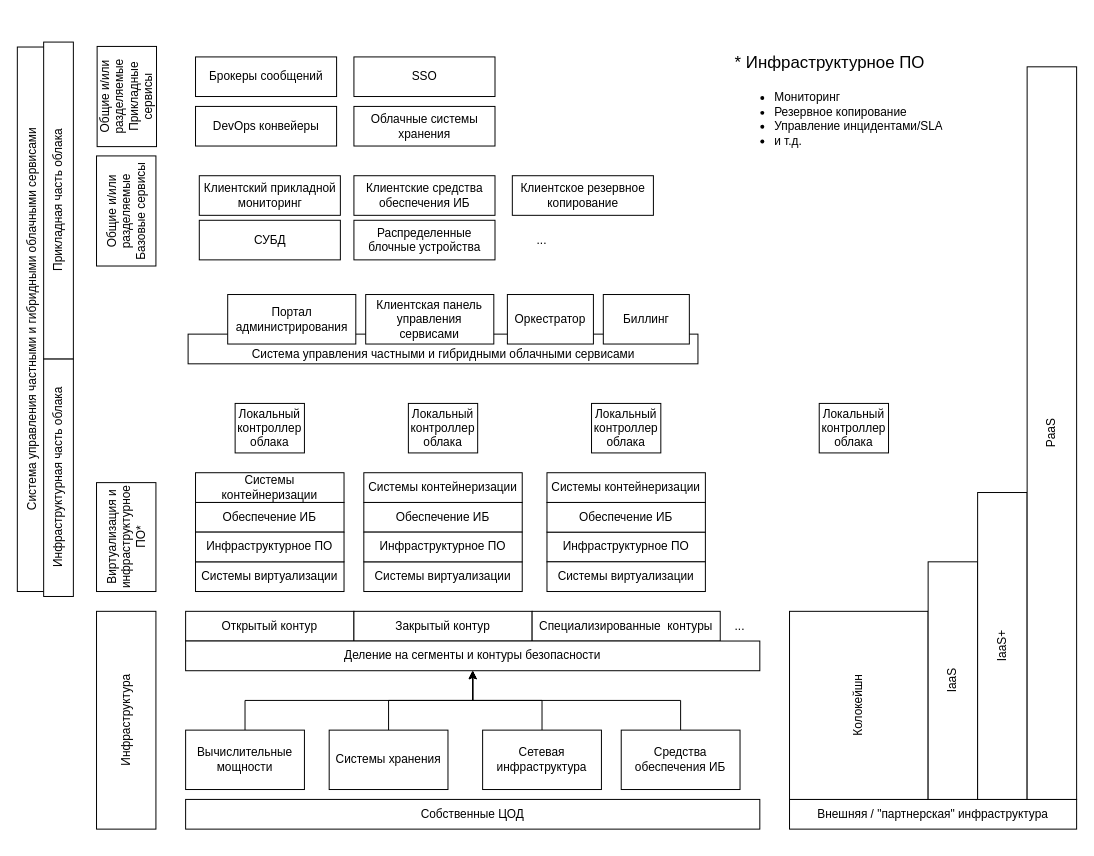
This is Untitled Diagram.drawio from madbox/c-unit, a draw.io file, before an edit. Source tidied: cells renumbered, new cells numbered last; positions are measured from the earlier drawing's top-left corner, leaving out a move shared by most shapes. Both pictures are drawn from the tidied source at 99%, with x=0, y=0 at pixel (-241, 47).
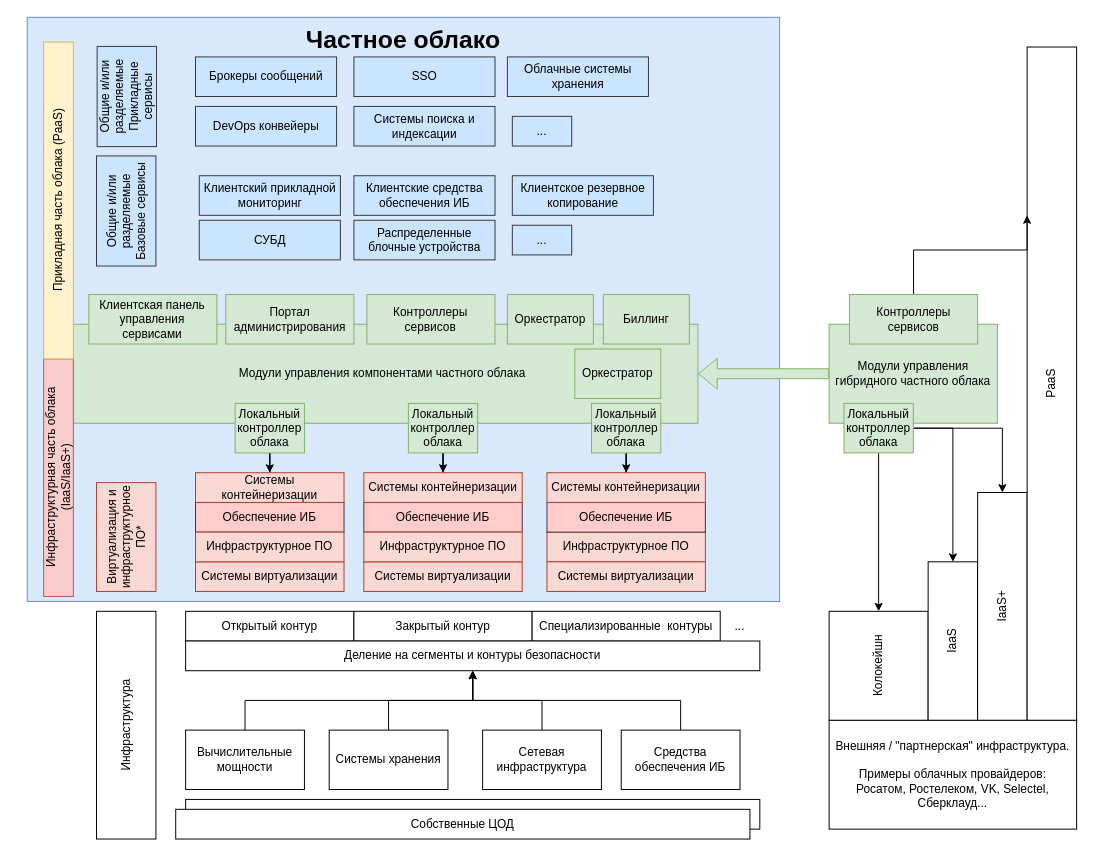
After the change.

Diff of the diagram source:
```diff
@@
+    <mxCell id="60" value="Модули управления гибридного частного облака" style="rounded=0;whiteSpace=wrap;html=1;verticalAlign=middle;fillColor=#d5e8d4;strokeColor=#82b366;" parent="1" vertex="1">
+      <mxGeometry x="1080" y="280" width="170" height="100" as="geometry" />
+    </mxCell>
-    <mxCell id="2" value="Система управления частными и гибридными облачными сервисами" style="rounded=0;whiteSpace=wrap;html=1;rotation=-90;verticalAlign=middle;" parent="1" vertex="1">
-      <mxGeometry y="260" width="550" height="30" as="geometry" />
+    <mxCell id="2" value="&lt;div style=&quot;font-size: 25px;&quot;&gt;Частное облако&lt;/div&gt;" style="rounded=0;whiteSpace=wrap;html=1;rotation=0;verticalAlign=top;horizontal=1;fillColor=#dae8fc;strokeColor=#6c8ebf;fontSize=25;fontStyle=1;" parent="1" vertex="1">
+      <mxGeometry x="270" y="-30" width="760" height="590" as="geometry" />
     </mxCell>
+    <mxCell id="61" style="rounded=0;whiteSpace=wrap;html=1;" parent="1" vertex="1">
+      <mxGeometry x="430" y="760" width="580" height="30" as="geometry" />
+    </mxCell>
@@
-    <mxCell id="6" value="Система управления частными и гибридными облачными сервисами" style="rounded=0;whiteSpace=wrap;html=1;verticalAlign=bottom;" parent="1" vertex="1">
-      <mxGeometry x="432.5" y="290" width="515" height="30" as="geometry" />
+    <mxCell id="6" value="Модули управления компонентами частного облака" style="rounded=0;whiteSpace=wrap;html=1;verticalAlign=middle;fillColor=#d5e8d4;strokeColor=#82b366;" parent="1" vertex="1">
+      <mxGeometry x="310" y="280" width="637.5" height="100" as="geometry" />
     </mxCell>
+    <mxCell id="62" style="edgeStyle=orthogonalEdgeStyle;rounded=0;jettySize=auto;html=1;" parent="1" edge="1" source="7" target="46">
+      <mxGeometry relative="1" as="geometry" />
+    </mxCell>
-    <mxCell id="7" value="Локальный контроллер облака" style="rounded=0;whiteSpace=wrap;html=1;" parent="1" vertex="1">
+    <mxCell id="7" value="Локальный контроллер облака" style="rounded=0;whiteSpace=wrap;html=1;fillColor=#d5e8d4;strokeColor=#82b366;" parent="1" vertex="1">
       <mxGeometry x="655" y="360" width="70" height="50" as="geometry" />
     </mxCell>
@@
-    <mxCell id="15" value="Системы виртуализации" style="rounded=0;whiteSpace=wrap;html=1;" parent="1" vertex="1">
+    <mxCell id="15" value="Системы виртуализации" style="rounded=0;whiteSpace=wrap;html=1;fillColor=#fad9d5;strokeColor=#ae4132;" parent="1" vertex="1">
       <mxGeometry x="440" y="520" width="150" height="30" as="geometry" />
     </mxCell>
-    <mxCell id="16" value="Обеспечение ИБ" style="rounded=0;whiteSpace=wrap;html=1;" parent="1" vertex="1">
+    <mxCell id="16" value="Обеспечение ИБ" style="rounded=0;whiteSpace=wrap;html=1;fillColor=#ffcccc;strokeColor=#36393d;" parent="1" vertex="1">
       <mxGeometry x="440" y="460" width="150" height="30" as="geometry" />
     </mxCell>
-    <mxCell id="17" value="Инфраструктурное ПО" style="rounded=0;whiteSpace=wrap;html=1;" parent="1" vertex="1">
+    <mxCell id="17" value="Инфраструктурное ПО" style="rounded=0;whiteSpace=wrap;html=1;fillColor=#fad9d5;strokeColor=#ae4132;" parent="1" vertex="1">
       <mxGeometry x="795" y="490" width="160" height="30" as="geometry" />
     </mxCell>
-    <mxCell id="18" value="Системы виртуализации" style="rounded=0;whiteSpace=wrap;html=1;" parent="1" vertex="1">
+    <mxCell id="18" value="Системы виртуализации" style="rounded=0;whiteSpace=wrap;html=1;fillColor=#fad9d5;strokeColor=#ae4132;" parent="1" vertex="1">
       <mxGeometry x="610" y="520" width="160" height="30" as="geometry" />
     </mxCell>
-    <mxCell id="19" value="Обеспечение ИБ" style="rounded=0;whiteSpace=wrap;html=1;" parent="1" vertex="1">
+    <mxCell id="19" value="Обеспечение ИБ" style="rounded=0;whiteSpace=wrap;html=1;fillColor=#ffcccc;strokeColor=#36393d;" parent="1" vertex="1">
       <mxGeometry x="610" y="460" width="160" height="30" as="geometry" />
     </mxCell>
-    <mxCell id="20" value="Системы виртуализации" style="rounded=0;whiteSpace=wrap;html=1;" parent="1" vertex="1">
+    <mxCell id="20" value="Системы виртуализации" style="rounded=0;whiteSpace=wrap;html=1;fillColor=#fad9d5;strokeColor=#ae4132;" parent="1" vertex="1">
       <mxGeometry x="795" y="520" width="160" height="30" as="geometry" />
     </mxCell>
-    <mxCell id="21" value="Обеспечение ИБ" style="rounded=0;whiteSpace=wrap;html=1;" parent="1" vertex="1">
+    <mxCell id="21" value="Обеспечение ИБ" style="rounded=0;whiteSpace=wrap;html=1;fillColor=#ffcccc;strokeColor=#36393d;" parent="1" vertex="1">
       <mxGeometry x="795" y="460" width="160" height="30" as="geometry" />
     </mxCell>
-    <mxCell id="22" value="Инфраструктурное ПО" style="rounded=0;whiteSpace=wrap;html=1;" parent="1" vertex="1">
+    <mxCell id="22" value="Инфраструктурное ПО" style="rounded=0;whiteSpace=wrap;html=1;fillColor=#fad9d5;strokeColor=#ae4132;" parent="1" vertex="1">
       <mxGeometry x="440" y="490" width="150" height="30" as="geometry" />
     </mxCell>
     <mxCell id="23" value="Инфраструктура" style="rounded=0;whiteSpace=wrap;html=1;rotation=-90;" parent="1" vertex="1">
-      <mxGeometry x="260" y="650" width="220" height="60" as="geometry" />
+      <mxGeometry x="255" y="655" width="230" height="60" as="geometry" />
     </mxCell>
-    <mxCell id="24" value="Виртуализация и инфраструктурное ПО*" style="rounded=0;whiteSpace=wrap;html=1;rotation=-90;" parent="1" vertex="1">
+    <mxCell id="24" value="Виртуализация и инфраструктурное ПО*" style="rounded=0;whiteSpace=wrap;html=1;rotation=-90;fillColor=#fad9d5;strokeColor=#ae4132;" parent="1" vertex="1">
       <mxGeometry x="315" y="465" width="110" height="60" as="geometry" />
     </mxCell>
-    <mxCell id="25" value="Инфраструктурное ПО" style="rounded=0;whiteSpace=wrap;html=1;" parent="1" vertex="1">
+    <mxCell id="25" value="Инфраструктурное ПО" style="rounded=0;whiteSpace=wrap;html=1;fillColor=#fad9d5;strokeColor=#ae4132;" parent="1" vertex="1">
       <mxGeometry x="610" y="490" width="160" height="30" as="geometry" />
     </mxCell>
-    <mxCell id="26" value="&lt;p style=&quot;font-size: 17px; line-height: 120%;&quot;&gt;&lt;span style=&quot;font-weight: normal;&quot;&gt;* Инфраструктурное ПО&lt;/span&gt;&lt;br&gt;&lt;/p&gt;&lt;ul style=&quot;line-height: 120%;&quot;&gt;&lt;li&gt;Мониторинг&lt;/li&gt;&lt;li&gt;Резервное копирование&lt;/li&gt;&lt;li&gt;Управление инцидентами/SLA&lt;/li&gt;&lt;li&gt;и т.д.&lt;/li&gt;&lt;/ul&gt;" style="text;html=1;strokeColor=none;fillColor=none;spacing=5;spacingTop=-20;whiteSpace=wrap;overflow=hidden;rounded=0;" parent="1" vertex="1">
-      <mxGeometry x="980" width="320" height="120" as="geometry" />
-    </mxCell>
+    <mxCell id="63" style="edgeStyle=orthogonalEdgeStyle;rounded=0;jettySize=auto;html=1;" parent="1" edge="1" source="27" target="45">
+      <mxGeometry relative="1" as="geometry" />
+    </mxCell>
-    <mxCell id="27" value="Локальный контроллер облака" style="rounded=0;whiteSpace=wrap;html=1;" parent="1" vertex="1">
+    <mxCell id="27" value="Локальный контроллер облака" style="rounded=0;whiteSpace=wrap;html=1;fillColor=#d5e8d4;strokeColor=#82b366;" parent="1" vertex="1">
       <mxGeometry x="480" y="360" width="70" height="50" as="geometry" />
     </mxCell>
+    <mxCell id="64" style="edgeStyle=orthogonalEdgeStyle;rounded=0;jettySize=auto;html=1;" parent="1" edge="1" source="28" target="47">
+      <mxGeometry relative="1" as="geometry" />
+    </mxCell>
-    <mxCell id="28" value="Локальный контроллер облака" style="rounded=0;whiteSpace=wrap;html=1;" parent="1" vertex="1">
+    <mxCell id="28" value="Локальный контроллер облака" style="rounded=0;whiteSpace=wrap;html=1;fillColor=#d5e8d4;strokeColor=#82b366;" parent="1" vertex="1">
       <mxGeometry x="840" y="360" width="70" height="50" as="geometry" />
     </mxCell>
@@
     <mxCell id="30" value="Собственные ЦОД" style="rounded=0;whiteSpace=wrap;html=1;" parent="1" vertex="1">
-      <mxGeometry x="430" y="760" width="580" height="30" as="geometry" />
+      <mxGeometry x="420" y="770" width="580" height="30" as="geometry" />
     </mxCell>
-    <mxCell id="31" value="Внешняя / &quot;партнерская&quot; инфраструктура" style="rounded=0;whiteSpace=wrap;html=1;" parent="1" vertex="1">
-      <mxGeometry x="1040" y="760" width="290" height="30" as="geometry" />
+    <mxCell id="31" value="&lt;div&gt;Внешняя / &quot;партнерская&quot; инфраструктура.&lt;/div&gt;&lt;br&gt;Примеры облачных провайдеров:&lt;br&gt;Росатом, Ростелеком, VK, Selectel, Сберклауд..." style="rounded=0;whiteSpace=wrap;html=1;" parent="1" vertex="1">
+      <mxGeometry x="1080" y="680" width="250" height="110" as="geometry" />
     </mxCell>
     <mxCell id="32" value="Колокейшн" style="rounded=0;whiteSpace=wrap;html=1;horizontal=0;" parent="1" vertex="1">
-      <mxGeometry x="1040" y="570" width="140" height="190" as="geometry" />
+      <mxGeometry x="1080" y="570" width="100" height="110" as="geometry" />
     </mxCell>
     <mxCell id="33" value="IaaS" style="rounded=0;whiteSpace=wrap;html=1;horizontal=0;" parent="1" vertex="1">
-      <mxGeometry x="1180" y="520" width="50" height="240" as="geometry" />
+      <mxGeometry x="1180" y="520" width="50" height="160" as="geometry" />
     </mxCell>
     <mxCell id="34" value="IaaS+" style="rounded=0;whiteSpace=wrap;html=1;horizontal=0;" parent="1" vertex="1">
-      <mxGeometry x="1230" y="450" width="50" height="310" as="geometry" />
+      <mxGeometry x="1230" y="450" width="50" height="230" as="geometry" />
     </mxCell>
     <mxCell id="35" value="PaaS" style="rounded=0;whiteSpace=wrap;html=1;horizontal=0;" parent="1" vertex="1">
-      <mxGeometry x="1280" y="20" width="50" height="740" as="geometry" />
+      <mxGeometry x="1280" width="50" height="680" as="geometry" />
     </mxCell>
-    <mxCell id="36" value="Общие и/или разделяемые&lt;br&gt; Базовые сервисы" style="rounded=0;whiteSpace=wrap;html=1;rotation=-90;" parent="1" vertex="1">
+    <mxCell id="36" value="Общие и/или разделяемые&lt;br&gt; Базовые сервисы" style="rounded=0;whiteSpace=wrap;html=1;rotation=-90;fillColor=#cce5ff;strokeColor=#36393d;" parent="1" vertex="1">
       <mxGeometry x="314.4" y="135.6" width="111.2" height="60" as="geometry" />
     </mxCell>
-    <mxCell id="37" value="СУБД" style="rounded=0;whiteSpace=wrap;html=1;rotation=0;" parent="1" vertex="1">
+    <mxCell id="37" value="СУБД" style="rounded=0;whiteSpace=wrap;html=1;rotation=0;fillColor=#cce5ff;strokeColor=#36393d;" parent="1" vertex="1">
       <mxGeometry x="443.8" y="175" width="142.5" height="40" as="geometry" />
     </mxCell>
-    <mxCell id="38" value="Облачные системы хранения" style="rounded=0;whiteSpace=wrap;html=1;rotation=0;" parent="1" vertex="1">
-      <mxGeometry x="600" y="60" width="142.5" height="40" as="geometry" />
+    <mxCell id="38" value="Облачные системы хранения" style="rounded=0;whiteSpace=wrap;html=1;rotation=0;fillColor=#cce5ff;strokeColor=#36393d;" parent="1" vertex="1">
+      <mxGeometry x="755" y="10" width="142.5" height="40" as="geometry" />
     </mxCell>
-    <mxCell id="39" value="Распределенные блочные устройства" style="rounded=0;whiteSpace=wrap;html=1;rotation=0;" parent="1" vertex="1">
+    <mxCell id="39" value="Распределенные блочные устройства" style="rounded=0;whiteSpace=wrap;html=1;rotation=0;fillColor=#cce5ff;strokeColor=#36393d;" parent="1" vertex="1">
       <mxGeometry x="600" y="175" width="142.5" height="40" as="geometry" />
     </mxCell>
-    <mxCell id="40" value="Клиентский прикладной мониторинг" style="rounded=0;whiteSpace=wrap;html=1;rotation=0;" parent="1" vertex="1">
+    <mxCell id="40" value="Клиентский прикладной мониторинг" style="rounded=0;whiteSpace=wrap;html=1;rotation=0;fillColor=#cce5ff;strokeColor=#36393d;" parent="1" vertex="1">
       <mxGeometry x="443.8" y="130" width="142.5" height="40" as="geometry" />
     </mxCell>
-    <mxCell id="41" value="DevOps конвейеры" style="rounded=0;whiteSpace=wrap;html=1;rotation=0;" parent="1" vertex="1">
+    <mxCell id="41" value="DevOps конвейеры" style="rounded=0;whiteSpace=wrap;html=1;rotation=0;fillColor=#cce5ff;strokeColor=#36393d;" parent="1" vertex="1">
       <mxGeometry x="440" y="60" width="142.5" height="40" as="geometry" />
     </mxCell>
-    <mxCell id="42" value="Клиентские средства обеспечения ИБ" style="rounded=0;whiteSpace=wrap;html=1;rotation=0;" parent="1" vertex="1">
+    <mxCell id="42" value="Клиентские средства обеспечения ИБ" style="rounded=0;whiteSpace=wrap;html=1;rotation=0;fillColor=#cce5ff;strokeColor=#36393d;" parent="1" vertex="1">
       <mxGeometry x="600" y="130" width="142.5" height="40" as="geometry" />
     </mxCell>
@@
-    <mxCell id="45" value="Системы контейнеризации" style="rounded=0;whiteSpace=wrap;html=1;" parent="1" vertex="1">
+    <mxCell id="45" value="Системы контейнеризации" style="rounded=0;whiteSpace=wrap;html=1;fillColor=#fad9d5;strokeColor=#ae4132;" parent="1" vertex="1">
       <mxGeometry x="440" y="430" width="150" height="30" as="geometry" />
     </mxCell>
-    <mxCell id="46" value="Системы контейнеризации" style="rounded=0;whiteSpace=wrap;html=1;" parent="1" vertex="1">
+    <mxCell id="46" value="Системы контейнеризации" style="rounded=0;whiteSpace=wrap;html=1;fillColor=#fad9d5;strokeColor=#ae4132;" parent="1" vertex="1">
       <mxGeometry x="610" y="430" width="160" height="30" as="geometry" />
     </mxCell>
-    <mxCell id="47" value="Системы контейнеризации" style="rounded=0;whiteSpace=wrap;html=1;" parent="1" vertex="1">
+    <mxCell id="47" value="Системы контейнеризации" style="rounded=0;whiteSpace=wrap;html=1;fillColor=#fad9d5;strokeColor=#ae4132;" parent="1" vertex="1">
       <mxGeometry x="795" y="430" width="160" height="30" as="geometry" />
     </mxCell>
-    <mxCell id="48" value="Брокеры сообщений" style="rounded=0;whiteSpace=wrap;html=1;rotation=0;" parent="1" vertex="1">
+    <mxCell id="48" value="Брокеры сообщений" style="rounded=0;whiteSpace=wrap;html=1;rotation=0;fillColor=#cce5ff;strokeColor=#36393d;" parent="1" vertex="1">
       <mxGeometry x="440" y="10" width="142.5" height="40" as="geometry" />
     </mxCell>
-    <mxCell id="49" value="Клиентское резервное копирование" style="rounded=0;whiteSpace=wrap;html=1;rotation=0;" parent="1" vertex="1">
+    <mxCell id="49" value="Клиентское резервное копирование" style="rounded=0;whiteSpace=wrap;html=1;rotation=0;fillColor=#cce5ff;strokeColor=#36393d;" parent="1" vertex="1">
       <mxGeometry x="760" y="130" width="142.5" height="40" as="geometry" />
     </mxCell>
-    <mxCell id="50" value="SSO" style="rounded=0;whiteSpace=wrap;html=1;rotation=0;" parent="1" vertex="1">
+    <mxCell id="50" value="SSO" style="rounded=0;whiteSpace=wrap;html=1;rotation=0;fillColor=#cce5ff;strokeColor=#36393d;" parent="1" vertex="1">
       <mxGeometry x="600" y="10" width="142.5" height="40" as="geometry" />
     </mxCell>
-    <mxCell id="51" value="Общие и/или разделяемые&lt;br&gt;Прикладные сервисы" style="rounded=0;whiteSpace=wrap;html=1;rotation=-90;" parent="1" vertex="1">
+    <mxCell id="51" value="Общие и/или разделяемые&lt;br&gt;Прикладные сервисы" style="rounded=0;whiteSpace=wrap;html=1;rotation=-90;fillColor=#cce5ff;strokeColor=#36393d;" parent="1" vertex="1">
       <mxGeometry x="320" y="20" width="101.2" height="60" as="geometry" />
     </mxCell>
-    <mxCell id="52" value="..." style="text;html=1;strokeColor=none;fillColor=none;align=center;verticalAlign=middle;whiteSpace=wrap;rounded=0;" parent="1" vertex="1">
+    <mxCell id="52" value="..." style="text;html=1;strokeColor=#36393d;fillColor=#cce5ff;align=center;verticalAlign=middle;whiteSpace=wrap;rounded=0;" parent="1" vertex="1">
       <mxGeometry x="760" y="180" width="60" height="30" as="geometry" />
     </mxCell>
-    <mxCell id="53" value="Портал администрирования" style="rounded=0;whiteSpace=wrap;html=1;" parent="1" vertex="1">
-      <mxGeometry x="472.5" y="250" width="129.4" height="50" as="geometry" />
+    <mxCell id="53" value="Контроллеры сервисов" style="rounded=0;whiteSpace=wrap;html=1;fillColor=#d5e8d4;strokeColor=#82b366;" parent="1" vertex="1">
+      <mxGeometry x="613.1" y="250" width="129.4" height="50" as="geometry" />
     </mxCell>
-    <mxCell id="54" value="Клиентская панель управления сервисами" style="rounded=0;whiteSpace=wrap;html=1;" parent="1" vertex="1">
-      <mxGeometry x="611.9" y="250" width="129.4" height="50" as="geometry" />
+    <mxCell id="54" value="Клиентская панель управления сервисами" style="rounded=0;whiteSpace=wrap;html=1;fillColor=#d5e8d4;strokeColor=#82b366;" parent="1" vertex="1">
+      <mxGeometry x="332.2" y="250" width="129.4" height="50" as="geometry" />
     </mxCell>
-    <mxCell id="55" value="Оркестратор" style="rounded=0;whiteSpace=wrap;html=1;" parent="1" vertex="1">
+    <mxCell id="55" value="Оркестратор" style="rounded=0;whiteSpace=wrap;html=1;fillColor=#d5e8d4;strokeColor=#82b366;" parent="1" vertex="1">
       <mxGeometry x="755" y="250" width="86.9" height="50" as="geometry" />
     </mxCell>
-    <mxCell id="56" value="Биллинг" style="rounded=0;whiteSpace=wrap;html=1;" parent="1" vertex="1">
+    <mxCell id="56" value="Биллинг" style="rounded=0;whiteSpace=wrap;html=1;fillColor=#d5e8d4;strokeColor=#82b366;" parent="1" vertex="1">
       <mxGeometry x="851.9" y="250" width="86.9" height="50" as="geometry" />
     </mxCell>
+    <mxCell id="65" style="edgeStyle=orthogonalEdgeStyle;rounded=0;jettySize=auto;html=1;" parent="1" edge="1" source="57" target="32">
+      <mxGeometry relative="1" as="geometry" />
+    </mxCell>
+    <mxCell id="66" style="edgeStyle=orthogonalEdgeStyle;rounded=0;jettySize=auto;html=1;entryX=0.5;entryY=0;entryDx=0;entryDy=0;" parent="1" edge="1" source="57" target="33">
+      <mxGeometry relative="1" as="geometry" />
+    </mxCell>
+    <mxCell id="67" style="edgeStyle=orthogonalEdgeStyle;rounded=0;jettySize=auto;html=1;" parent="1" edge="1" source="57" target="34">
+      <mxGeometry relative="1" as="geometry" />
+    </mxCell>
-    <mxCell id="57" value="Локальный контроллер облака" style="rounded=0;whiteSpace=wrap;html=1;" parent="1" vertex="1">
-      <mxGeometry x="1070" y="360" width="70" height="50" as="geometry" />
+    <mxCell id="57" value="Локальный контроллер облака" style="rounded=0;whiteSpace=wrap;html=1;fillColor=#d5e8d4;strokeColor=#82b366;" parent="1" vertex="1">
+      <mxGeometry x="1095" y="360" width="70" height="50" as="geometry" />
     </mxCell>
-    <mxCell id="58" value="Инфраструктурная часть облака" style="rounded=0;whiteSpace=wrap;html=1;rotation=-90;" parent="1" vertex="1">
+    <mxCell id="58" value="Инфраструктурная часть облака (IaaS/IaaS+)" style="rounded=0;whiteSpace=wrap;html=1;rotation=-90;fillColor=#f8cecc;strokeColor=#b85450;" parent="1" vertex="1">
       <mxGeometry x="181.6" y="420" width="240" height="30" as="geometry" />
     </mxCell>
-    <mxCell id="59" value="Прикладная часть облака" style="rounded=0;whiteSpace=wrap;html=1;rotation=-90;" parent="1" vertex="1">
+    <mxCell id="59" value="Прикладная часть облака (PaaS)" style="rounded=0;whiteSpace=wrap;html=1;rotation=-90;fillColor=#fff2cc;strokeColor=#d6b656;" parent="1" vertex="1">
       <mxGeometry x="141.6" y="140" width="320" height="30" as="geometry" />
     </mxCell>
+    <mxCell id="68" value="Оркестратор" style="rounded=0;whiteSpace=wrap;html=1;fillColor=#d5e8d4;strokeColor=#82b366;" parent="1" vertex="1">
+      <mxGeometry x="823.1" y="305" width="86.9" height="50" as="geometry" />
+    </mxCell>
+    <mxCell id="69" value="Портал администрирования" style="rounded=0;whiteSpace=wrap;html=1;fillColor=#d5e8d4;strokeColor=#82b366;" parent="1" vertex="1">
+      <mxGeometry x="470.6" y="250" width="129.4" height="50" as="geometry" />
+    </mxCell>
+    <mxCell id="70" style="edgeStyle=orthogonalEdgeStyle;rounded=0;jettySize=auto;html=1;exitX=0.5;exitY=0;exitDx=0;exitDy=0;entryX=0;entryY=0.25;entryDx=0;entryDy=0;" parent="1" edge="1" source="71" target="35">
+      <mxGeometry relative="1" as="geometry">
+        <Array as="points">
+          <mxPoint x="1165" y="205" />
+        </Array>
+      </mxGeometry>
+    </mxCell>
+    <mxCell id="71" value="Контроллеры сервисов" style="rounded=0;whiteSpace=wrap;html=1;fillColor=#d5e8d4;strokeColor=#82b366;" parent="1" vertex="1">
+      <mxGeometry x="1100.6" y="250" width="129.4" height="50" as="geometry" />
+    </mxCell>
+    <mxCell id="72" style="shape=flexArrow;endArrow=classic;html=1;rounded=0;entryX=1;entryY=0.5;entryDx=0;entryDy=0;exitX=0;exitY=0.5;exitDx=0;exitDy=0;fillColor=#d5e8d4;strokeColor=#82b366;" parent="1" edge="1" source="60" target="6">
+      <mxGeometry relative="1" as="geometry" />
+    </mxCell>
+    <mxCell id="73" value="Системы поиска и индексации" style="rounded=0;whiteSpace=wrap;html=1;rotation=0;fillColor=#cce5ff;strokeColor=#36393d;" parent="1" vertex="1">
+      <mxGeometry x="600" y="60" width="142.5" height="40" as="geometry" />
+    </mxCell>
+    <mxCell id="74" value="..." style="text;html=1;strokeColor=#36393d;fillColor=#cce5ff;align=center;verticalAlign=middle;whiteSpace=wrap;rounded=0;" parent="1" vertex="1">
+      <mxGeometry x="760" y="70" width="60" height="30" as="geometry" />
+    </mxCell>
```
